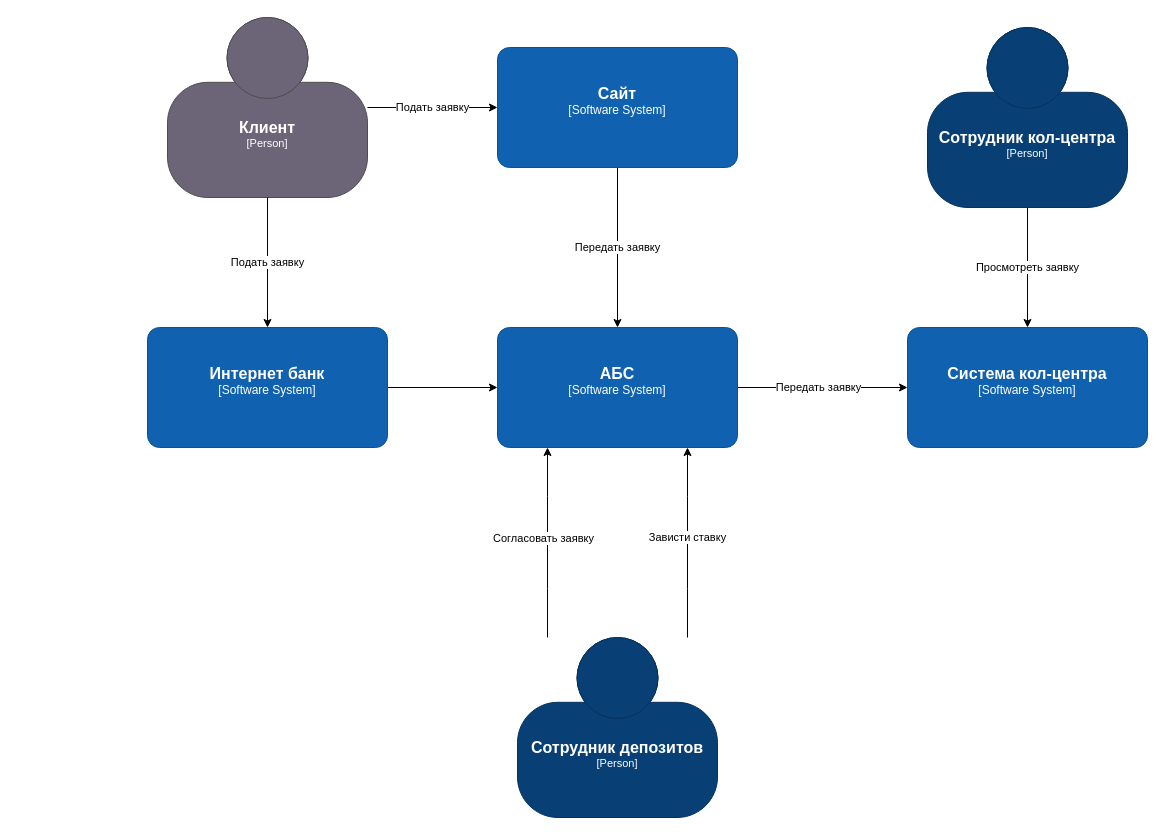
This is page "Контекст" (2 of 3) of Exc3/usecases.drawio from asbelon/architecture-sprint-9, a draw.io file, before an edit. Source tidied: cells renumbered, new cells numbered last; positions are measured from the earlier drawing's top-left corner, leaving out a move shared by most shapes. Both pictures are drawn from the tidied source at 100%, with x=0, y=0 at pixel (147, 17).
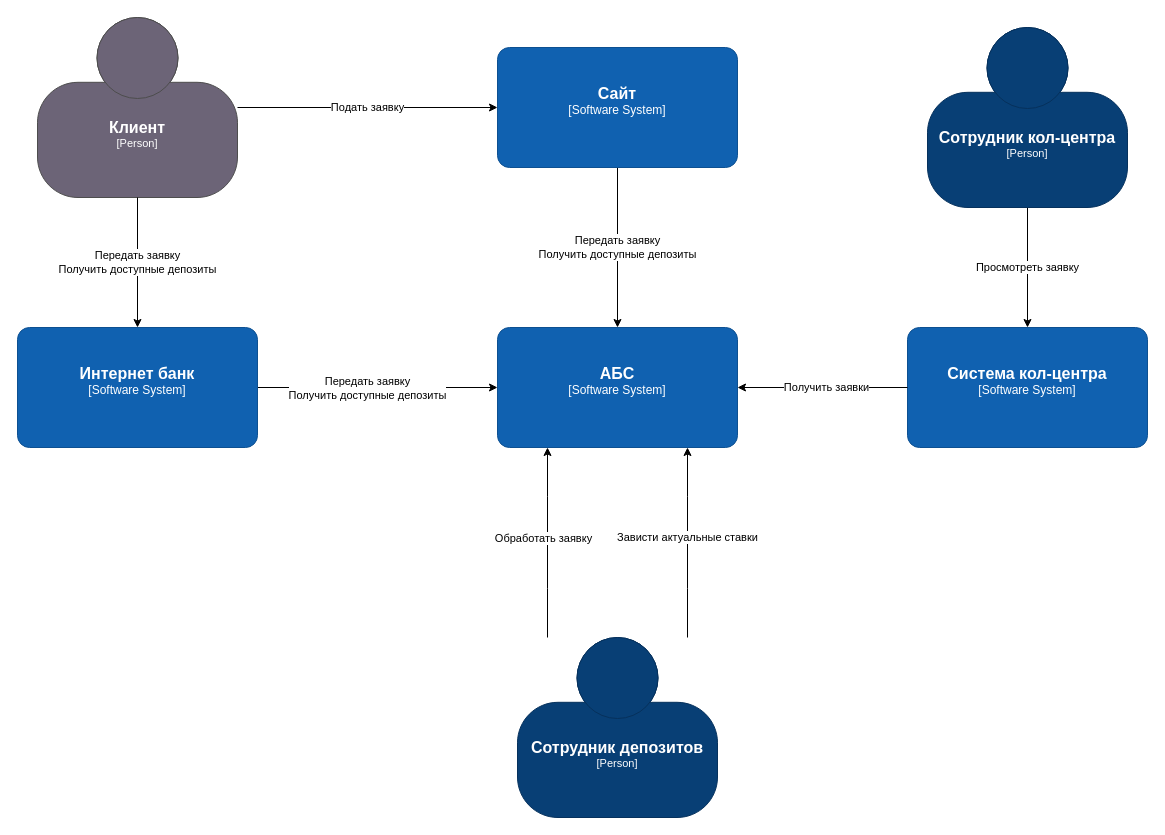
The same page after the edit.

Unchanged cells that the change refers to:
```xml
<object id="4" label="&lt;font style=&quot;font-size: 16px&quot;&gt;&lt;b&gt;%c4Name%&lt;/b&gt;&lt;/font&gt;&lt;div&gt;[%c4Type%]&lt;/div&gt;&lt;br&gt;&lt;div&gt;&lt;font style=&quot;font-size: 11px&quot;&gt;&lt;font color=&quot;#cccccc&quot;&gt;%c4Description%&lt;/font&gt;&lt;/div&gt;" c4Description="" c4Name="Сотрудник депозитов" c4Type="Person" placeholders="1">
  <mxCell style="html=1;fontSize=11;dashed=0;whiteSpace=wrap;fillColor=#083F75;strokeColor=#06315C;fontColor=#ffffff;shape=mxgraph.c4.person2;align=center;points=[[0.5,0,0],[1,0.5,0],[1,0.75,0],[0.75,1,0],[0.5,1,0],[0.25,1,0],[0,0.75,0],[0,0.5,0]];" parent="1" vertex="1">
    <mxGeometry x="370" y="620" width="200" height="180" as="geometry" />
  </mxCell>
</object>
<object id="8" label="&lt;font style=&quot;font-size: 16px&quot;&gt;&lt;b&gt;%c4Name%&lt;/b&gt;&lt;/font&gt;&lt;div&gt;[%c4Type%]&lt;/div&gt;&lt;br&gt;&lt;div&gt;&lt;font style=&quot;font-size: 11px&quot;&gt;&lt;font color=&quot;#cccccc&quot;&gt;%c4Description%&lt;/font&gt;&lt;/div&gt;" c4Description="" c4Name="Сайт" c4Type="Software System" placeholders="1">
  <mxCell style="rounded=1;whiteSpace=wrap;html=1;labelBackgroundColor=none;fillColor=#1061B0;fontColor=#ffffff;align=center;arcSize=10;strokeColor=#0D5091;points=[[0.25,0,0],[0.5,0,0],[0.75,0,0],[1,0.25,0],[1,0.5,0],[1,0.75,0],[0.75,1,0],[0.5,1,0],[0.25,1,0],[0,0.75,0],[0,0.5,0],[0,0.25,0]];" parent="1" vertex="1">
    <mxGeometry x="350" y="30" width="240" height="120" as="geometry" />
  </mxCell>
</object>
<object id="9" label="&lt;font style=&quot;font-size: 16px&quot;&gt;&lt;b&gt;%c4Name%&lt;/b&gt;&lt;/font&gt;&lt;div&gt;[%c4Type%]&lt;/div&gt;&lt;br&gt;&lt;div&gt;&lt;font style=&quot;font-size: 11px&quot;&gt;&lt;font color=&quot;#cccccc&quot;&gt;%c4Description%&lt;/font&gt;&lt;/div&gt;" c4Description="" c4Name="Система кол-центра" c4Type="Software System" placeholders="1">
  <mxCell style="rounded=1;whiteSpace=wrap;html=1;labelBackgroundColor=none;fillColor=#1061B0;fontColor=#ffffff;align=center;arcSize=10;strokeColor=#0D5091;points=[[0.25,0,0],[0.5,0,0],[0.75,0,0],[1,0.25,0],[1,0.5,0],[1,0.75,0],[0.75,1,0],[0.5,1,0],[0.25,1,0],[0,0.75,0],[0,0.5,0],[0,0.25,0]];" parent="1" vertex="1">
    <mxGeometry x="760" y="310" width="240" height="120" as="geometry" />
  </mxCell>
</object>
<object id="11" label="&lt;font style=&quot;font-size: 16px&quot;&gt;&lt;b&gt;%c4Name%&lt;/b&gt;&lt;/font&gt;&lt;div&gt;[%c4Type%]&lt;/div&gt;&lt;br&gt;&lt;div&gt;&lt;font style=&quot;font-size: 11px&quot;&gt;&lt;font color=&quot;#cccccc&quot;&gt;%c4Description%&lt;/font&gt;&lt;/div&gt;" c4Description="" c4Name="АБС" c4Type="Software System" placeholders="1">
  <mxCell style="rounded=1;whiteSpace=wrap;html=1;labelBackgroundColor=none;fillColor=#1061B0;fontColor=#ffffff;align=center;arcSize=10;strokeColor=#0D5091;points=[[0.25,0,0],[0.5,0,0],[0.75,0,0],[1,0.25,0],[1,0.5,0],[1,0.75,0],[0.75,1,0],[0.5,1,0],[0.25,1,0],[0,0.75,0],[0,0.5,0],[0,0.25,0]];" parent="1" vertex="1">
    <mxGeometry x="350" y="310" width="240" height="120" as="geometry" />
  </mxCell>
</object>
<mxCell id="12" style="edgeStyle=orthogonalEdgeStyle;rounded=0;jettySize=auto;html=1;" parent="1" edge="1" source="13" target="11">
  <mxGeometry relative="1" as="geometry" />
</mxCell>
```

What changed in the source:
```diff
@@
-    <mxCell id="2" value="Согласовать заявку" style="edgeStyle=orthogonalEdgeStyle;rounded=0;jettySize=auto;html=1;curved=1;" parent="1" edge="1" source="4" target="11">
+    <mxCell id="2" value="Обработать заявку" style="edgeStyle=orthogonalEdgeStyle;rounded=0;jettySize=auto;html=1;curved=1;" parent="1" edge="1" source="4" target="11">
       <mxGeometry x="0.04" y="4" relative="1" as="geometry">
         <Array as="points">
           <mxPoint x="400" y="520" />
           <mxPoint x="400" y="520" />
         </Array>
       </mxGeometry>
     </mxCell>
-    <mxCell id="3" value="Зависти ставку" style="edgeStyle=orthogonalEdgeStyle;rounded=0;jettySize=auto;html=1;curved=1;" parent="1" edge="1" source="4" target="11">
+    <mxCell id="3" value="Зависти актуальные ставки" style="edgeStyle=orthogonalEdgeStyle;rounded=0;jettySize=auto;html=1;curved=1;" parent="1" edge="1" source="4" target="11">
       <mxGeometry x="0.05" relative="1" as="geometry">
         <Array as="points">
           <mxPoint x="540" y="520" />
           <mxPoint x="540" y="520" />
         </Array>
       </mxGeometry>
     </mxCell>
@@
     <object id="6" label="&lt;font style=&quot;font-size: 16px&quot;&gt;&lt;b&gt;%c4Name%&lt;/b&gt;&lt;/font&gt;&lt;div&gt;[%c4Type%]&lt;/div&gt;&lt;br&gt;&lt;div&gt;&lt;font style=&quot;font-size: 11px&quot;&gt;&lt;font color=&quot;#cccccc&quot;&gt;%c4Description%&lt;/font&gt;&lt;/div&gt;" c4Description="" c4Name="Клиент" c4Type="Person" placeholders="1">
       <mxCell style="html=1;fontSize=11;dashed=0;whiteSpace=wrap;fillColor=#6C6477;strokeColor=#4D4D4D;fontColor=#ffffff;shape=mxgraph.c4.person2;align=center;points=[[0.5,0,0],[1,0.5,0],[1,0.75,0],[0.75,1,0],[0.5,1,0],[0.25,1,0],[0,0.75,0],[0,0.5,0]];" parent="1" vertex="1">
-        <mxGeometry x="20" width="200" height="180" as="geometry" />
+        <mxGeometry x="-110" width="200" height="180" as="geometry" />
       </mxCell>
     </object>
-    <mxCell id="7" value="Передать заявку" style="edgeStyle=orthogonalEdgeStyle;rounded=0;jettySize=auto;html=1;" parent="1" edge="1" source="8" target="11">
-      <mxGeometry relative="1" as="geometry">
-        <Array as="points">
-          <mxPoint x="470" y="120" />
-          <mxPoint x="470" y="120" />
-        </Array>
-      </mxGeometry>
+    <mxCell id="7" value="Передать заявку&lt;br&gt;Получить доступные депозиты" style="edgeStyle=orthogonalEdgeStyle;rounded=0;jettySize=auto;html=1;" parent="1" edge="1" source="8" target="11">
+      <mxGeometry relative="1" as="geometry" />
     </mxCell>
@@
-    <mxCell id="10" value="Передать заявку" style="edgeStyle=orthogonalEdgeStyle;rounded=0;jettySize=auto;html=1;" parent="1" edge="1" source="11" target="9">
-      <mxGeometry x="-0.05" relative="1" as="geometry">
-        <Array as="points">
-          <mxPoint x="690" y="370" />
-          <mxPoint x="690" y="370" />
-        </Array>
-      </mxGeometry>
+    <mxCell id="10" value="Получить заявки" style="edgeStyle=orthogonalEdgeStyle;rounded=0;jettySize=auto;html=1;" parent="1" edge="1" source="9" target="11">
+      <mxGeometry x="-0.05" relative="1" as="geometry" />
     </mxCell>
@@
+    <mxCell id="17" value="Передать заявку&lt;br&gt;Получить доступные депозиты" style="edgeLabel;html=1;align=center;verticalAlign=middle;" parent="12" vertex="1">
+      <mxGeometry x="-0.19" y="-1" relative="1" as="geometry">
+        <mxPoint x="12" y="-1" as="offset" />
+      </mxGeometry>
+    </mxCell>
     <object id="13" label="&lt;font style=&quot;font-size: 16px&quot;&gt;&lt;b&gt;%c4Name%&lt;/b&gt;&lt;/font&gt;&lt;div&gt;[%c4Type%]&lt;/div&gt;&lt;br&gt;&lt;div&gt;&lt;font style=&quot;font-size: 11px&quot;&gt;&lt;font color=&quot;#cccccc&quot;&gt;%c4Description%&lt;/font&gt;&lt;/div&gt;" c4Description="" c4Name="Интернет банк" c4Type="Software System" placeholders="1">
       <mxCell style="rounded=1;whiteSpace=wrap;html=1;labelBackgroundColor=none;fillColor=#1061B0;fontColor=#ffffff;align=center;arcSize=10;strokeColor=#0D5091;points=[[0.25,0,0],[0.5,0,0],[0.75,0,0],[1,0.25,0],[1,0.5,0],[1,0.75,0],[0.75,1,0],[0.5,1,0],[0.25,1,0],[0,0.75,0],[0,0.5,0],[0,0.25,0]];" parent="1" vertex="1">
-        <mxGeometry y="310" width="240" height="120" as="geometry" />
+        <mxGeometry x="-130" y="310" width="240" height="120" as="geometry" />
       </mxCell>
     </object>
-    <mxCell id="14" value="Подать заявку" style="edgeStyle=orthogonalEdgeStyle;rounded=0;jettySize=auto;html=1;" parent="1" edge="1" source="6" target="13">
+    <mxCell id="14" value="Передать заявку&lt;br&gt;Получить доступные депозиты" style="edgeStyle=orthogonalEdgeStyle;rounded=0;jettySize=auto;html=1;" parent="1" edge="1" source="6" target="13">
       <mxGeometry relative="1" as="geometry" />
     </mxCell>
```
